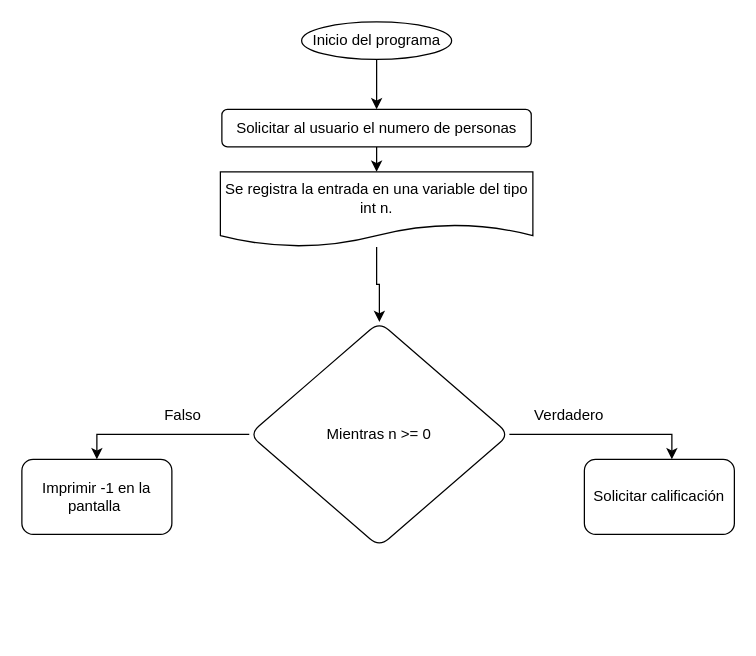
Before: ICC/Tarea_3ICC.drawio in GabrielGaytan04/TrabajosCarrera, a draw.io diagram. Source tidied: cells renumbered, new cells numbered last; positions are measured from the earlier drawing's top-left corner, leaving out a move shared by most shapes. Both pictures are drawn from the tidied source at 125%, with x=0, y=0 at pixel (21, 21).
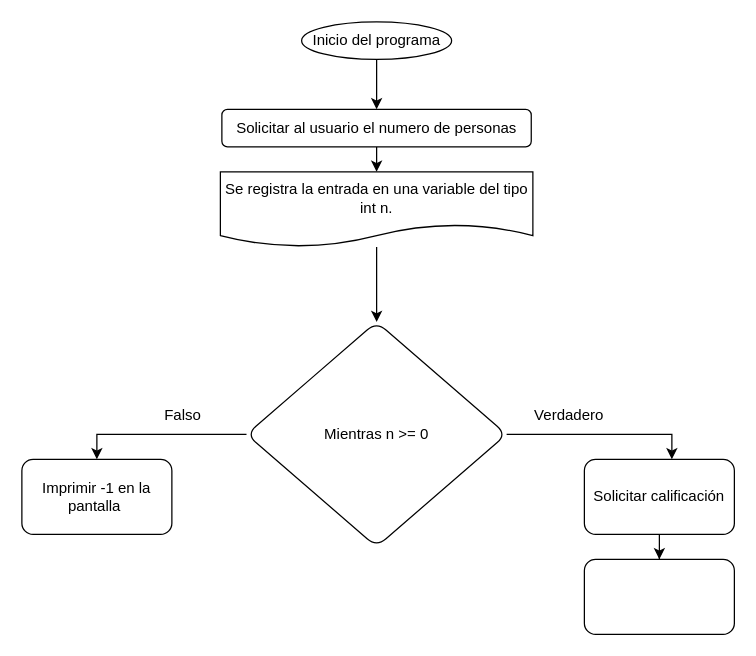
The same diagram, later.

What changed in the source:
```diff
@@
 <mxGraphModel>
   <root>
     <mxCell id="0" />
     <mxCell id="1" parent="0" />
     <mxCell id="2" style="edgeStyle=orthogonalEdgeStyle;rounded=0;jettySize=auto;html=1;" parent="1" edge="1" source="3" target="5">
       <mxGeometry relative="1" as="geometry" />
     </mxCell>
     <mxCell id="3" value="Inicio del programa" style="ellipse;whiteSpace=wrap;html=1;" parent="1" vertex="1">
       <mxGeometry x="223.8" width="120" height="30" as="geometry" />
     </mxCell>
     <mxCell id="4" style="edgeStyle=orthogonalEdgeStyle;rounded=0;jettySize=auto;html=1;" parent="1" edge="1" source="5" target="7">
       <mxGeometry relative="1" as="geometry" />
     </mxCell>
     <mxCell id="5" value="Solicitar al usuario el numero de personas" style="rounded=1;whiteSpace=wrap;html=1;" parent="1" vertex="1">
       <mxGeometry x="160" y="70" width="247.5" height="30" as="geometry" />
     </mxCell>
     <mxCell id="6" style="edgeStyle=orthogonalEdgeStyle;rounded=0;jettySize=auto;html=1;" parent="1" edge="1" source="7" target="10">
       <mxGeometry relative="1" as="geometry" />
     </mxCell>
     <mxCell id="7" value="Se registra la entrada en una variable del tipo int n." style="shape=document;whiteSpace=wrap;html=1;boundedLbl=1;rounded=1;" parent="1" vertex="1">
       <mxGeometry x="158.8" y="120" width="250" height="60" as="geometry" />
     </mxCell>
     <mxCell id="8" style="edgeStyle=orthogonalEdgeStyle;rounded=0;jettySize=auto;html=1;" parent="1" edge="1" source="10" target="11">
       <mxGeometry relative="1" as="geometry">
         <Array as="points">
           <mxPoint x="520" y="330" />
         </Array>
       </mxGeometry>
     </mxCell>
     <mxCell id="9" style="edgeStyle=orthogonalEdgeStyle;rounded=0;jettySize=auto;html=1;entryX=0.5;entryY=0;entryDx=0;entryDy=0;" parent="1" edge="1" source="10" target="12">
       <mxGeometry relative="1" as="geometry">
         <Array as="points">
           <mxPoint x="60" y="330" />
         </Array>
       </mxGeometry>
     </mxCell>
     <mxCell id="10" value="Mientras n &amp;gt;= 0" style="rhombus;whiteSpace=wrap;html=1;rounded=1;" parent="1" vertex="1">
-      <mxGeometry x="181.9" y="240" width="208.1" height="180" as="geometry" />
+      <mxGeometry x="179.7" y="240" width="208.1" height="180" as="geometry" />
     </mxCell>
+    <mxCell id="15" style="edgeStyle=orthogonalEdgeStyle;rounded=0;jettySize=auto;html=1;" parent="1" edge="1" source="11" target="16">
+      <mxGeometry relative="1" as="geometry" />
+    </mxCell>
     <mxCell id="11" value="Solicitar calificación" style="whiteSpace=wrap;html=1;rounded=1;" parent="1" vertex="1">
       <mxGeometry x="450" y="350" width="120" height="60" as="geometry" />
     </mxCell>
     <mxCell id="12" value="Imprimir -1 en la pantalla&amp;nbsp;" style="whiteSpace=wrap;html=1;rounded=1;" parent="1" vertex="1">
       <mxGeometry y="350" width="120" height="60" as="geometry" />
     </mxCell>
     <mxCell id="13" value="Falso" style="text;html=1;align=center;verticalAlign=middle;whiteSpace=wrap;rounded=0;" parent="1" vertex="1">
       <mxGeometry x="98.8" y="300" width="60" height="30" as="geometry" />
     </mxCell>
     <mxCell id="14" value="Verdadero" style="text;html=1;align=center;verticalAlign=middle;whiteSpace=wrap;rounded=0;" parent="1" vertex="1">
       <mxGeometry x="407.5" y="300" width="60" height="30" as="geometry" />
     </mxCell>
+    <mxCell id="16" style="whiteSpace=wrap;html=1;rounded=1;" parent="1" vertex="1">
+      <mxGeometry x="450" y="430" width="120" height="60" as="geometry" />
+    </mxCell>
   </root>
 </mxGraphModel>
```
